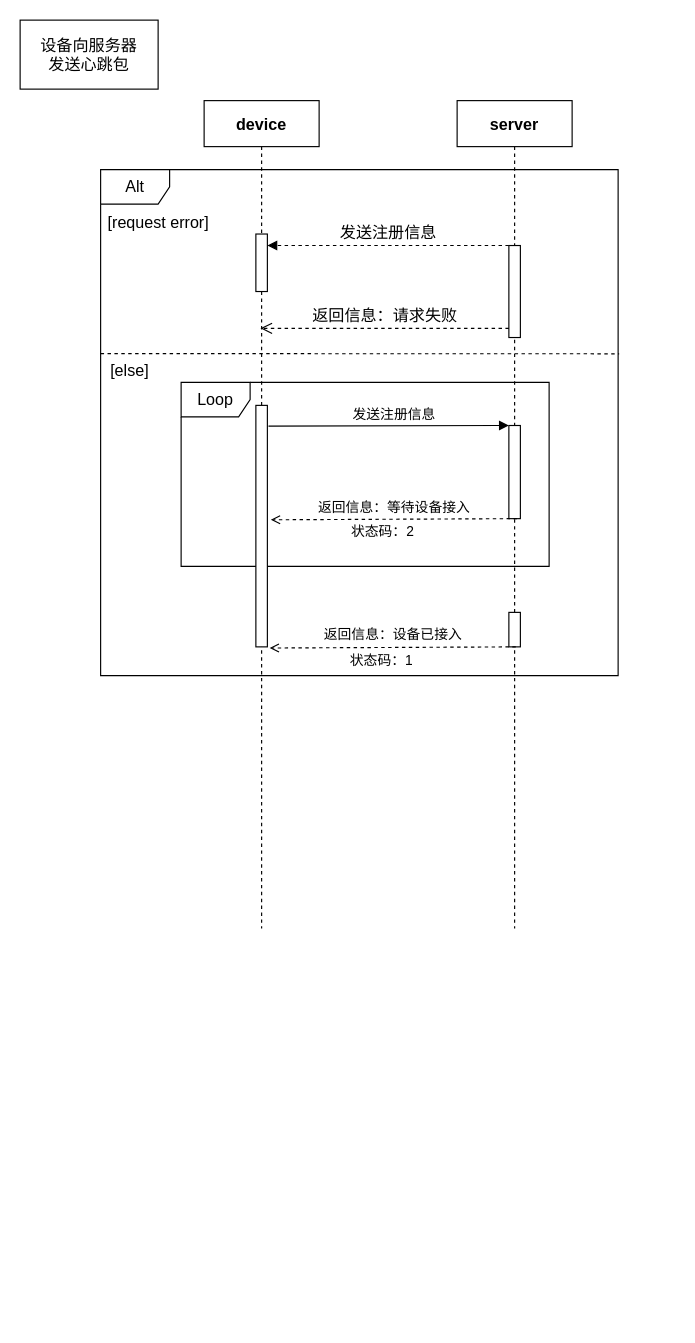
The draw.io diagram HeartBeat.drawio in Ltuzhi/diagrams, before the edit. Source tidied: cells renumbered, new cells numbered last; positions are measured from the earlier drawing's top-left corner, leaving out a move shared by most shapes. Both pictures are drawn from the tidied source at 115%, with x=0, y=0 at pixel (20, 20).
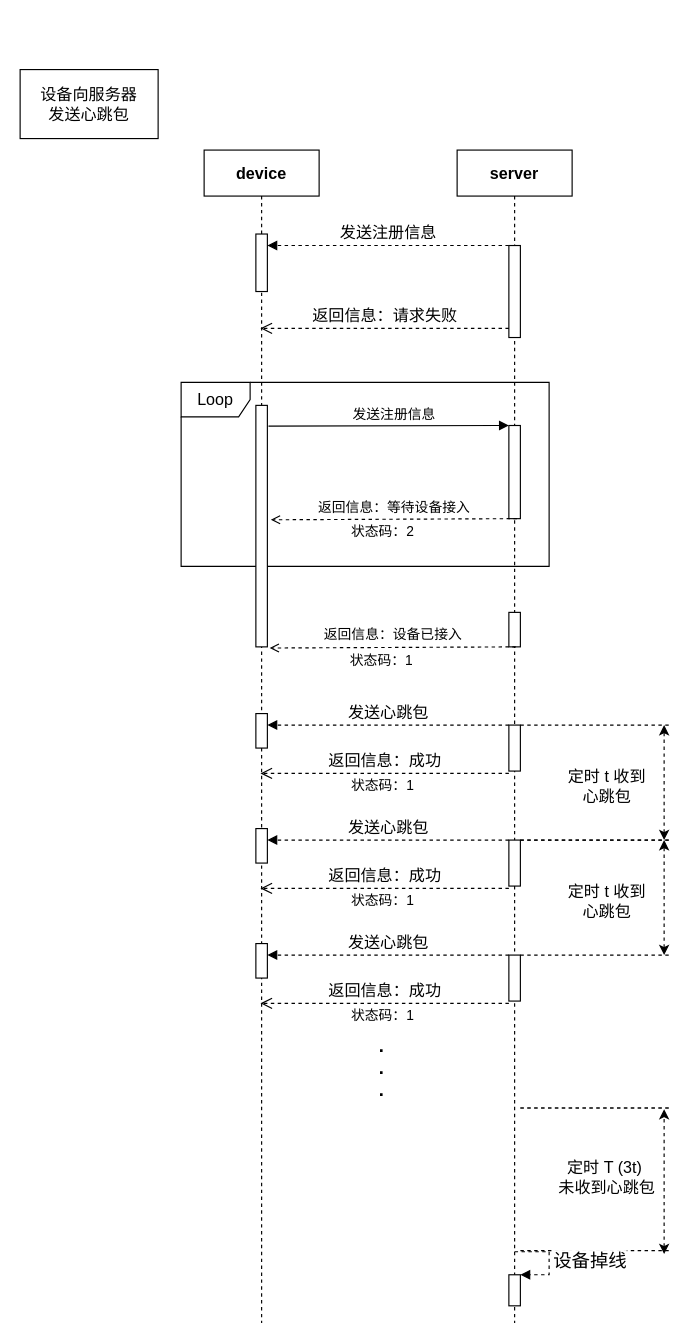
The same diagram, later.

The edit, as a diff of the source:
```diff
@@
-    <mxCell id="2" value="Alt" style="shape=umlFrame;whiteSpace=wrap;html=1;fontSize=14;" parent="1" vertex="1">
-      <mxGeometry x="70" y="130" width="450" height="440" as="geometry" />
-    </mxCell>
@@
     <mxCell id="4" value="device" style="shape=umlLifeline;perimeter=lifelinePerimeter;rounded=0;shadow=0;strokeWidth=1;fontSize=14;fontStyle=1;" parent="1" vertex="1">
-      <mxGeometry x="160" y="70" width="100" height="720" as="geometry" />
+      <mxGeometry x="160" y="113" width="100" height="1020" as="geometry" />
     </mxCell>
     <mxCell id="5" style="perimeter=orthogonalPerimeter;rounded=0;shadow=0;strokeWidth=1;" parent="4" vertex="1">
-      <mxGeometry x="45" y="265" width="10" height="210" as="geometry" />
+      <mxGeometry x="45" y="222" width="10" height="210" as="geometry" />
     </mxCell>
     <mxCell id="6" value="server" style="shape=umlLifeline;perimeter=lifelinePerimeter;rounded=0;shadow=0;strokeWidth=1;fontSize=14;fontStyle=1;" parent="1" vertex="1">
-      <mxGeometry x="380" y="70" width="100" height="720" as="geometry" />
+      <mxGeometry x="380" y="113" width="100" height="1020" as="geometry" />
     </mxCell>
     <mxCell id="7" style="perimeter=orthogonalPerimeter;rounded=0;shadow=0;strokeWidth=1;" parent="6" vertex="1">
-      <mxGeometry x="45" y="282.5" width="10" height="81" as="geometry" />
+      <mxGeometry x="45" y="239.5" width="10" height="81" as="geometry" />
     </mxCell>
@@
     <mxCell id="11" value="设备向服务器&lt;br style=&quot;font-size: 14px;&quot;&gt;发送心跳包" style="rounded=0;whiteSpace=wrap;html=1;fontSize=14;" parent="1" vertex="1">
-      <mxGeometry width="120" height="60" as="geometry" />
+      <mxGeometry y="43" width="120" height="60" as="geometry" />
     </mxCell>
@@
-    <mxCell id="22" style="endArrow=none;dashed=1;html=1;fontSize=14;entryX=1.002;entryY=0.364;entryDx=0;entryDy=0;entryPerimeter=0;" parent="1" edge="1" target="2">
-      <mxGeometry relative="1" as="geometry">
-        <mxPoint x="70" y="290" as="sourcePoint" />
-      </mxGeometry>
-    </mxCell>
-    <mxCell id="23" value="[request error]" style="text;html=1;align=center;verticalAlign=middle;strokeColor=none;fontSize=14;" parent="1" vertex="1">
-      <mxGeometry x="70" y="166" width="100" height="20" as="geometry" />
-    </mxCell>
-    <mxCell id="24" value="[else]" style="text;html=1;align=center;verticalAlign=middle;strokeColor=none;fontSize=14;" parent="1" vertex="1">
-      <mxGeometry x="70" y="295" width="50" height="20" as="geometry" />
-    </mxCell>
+    <mxCell id="25" style="html=1;points=[];perimeter=orthogonalPerimeter;fontSize=14;" parent="1" vertex="1">
+      <mxGeometry x="205" y="603" width="10" height="30" as="geometry" />
+    </mxCell>
+    <mxCell id="26" style="html=1;points=[];perimeter=orthogonalPerimeter;fontSize=14;" parent="1" vertex="1">
+      <mxGeometry x="425" y="613" width="10" height="40" as="geometry" />
+    </mxCell>
+    <mxCell id="27" value="发送心跳包" style="html=1;verticalAlign=bottom;endArrow=block;dashed=1;fontSize=14;exitX=0;exitY=0;exitDx=0;exitDy=0;" parent="1" edge="1" source="26" target="25">
+      <mxGeometry relative="1" as="geometry" />
+    </mxCell>
+    <mxCell id="28" value="返回信息：成功" style="html=1;verticalAlign=bottom;endArrow=open;dashed=1;endSize=8;exitX=0;exitY=0.95;fontSize=14;entryX=0.49;entryY=0.27;entryDx=0;entryDy=0;entryPerimeter=0;" parent="1" edge="1">
+      <mxGeometry relative="1" as="geometry">
+        <mxPoint x="425" y="655" as="sourcePoint" />
+        <mxPoint x="209" y="655" as="targetPoint" />
+      </mxGeometry>
+    </mxCell>
+    <mxCell id="29" value="状态码：1" style="text;html=1;align=center;verticalAlign=middle;strokeColor=none;" parent="1" vertex="1">
+      <mxGeometry x="280" y="656" width="70" height="20" as="geometry" />
+    </mxCell>
+    <mxCell id="30" style="html=1;points=[];perimeter=orthogonalPerimeter;fontSize=14;" parent="1" vertex="1">
+      <mxGeometry x="205" y="703" width="10" height="30" as="geometry" />
+    </mxCell>
+    <mxCell id="31" style="html=1;points=[];perimeter=orthogonalPerimeter;fontSize=14;" parent="1" vertex="1">
+      <mxGeometry x="425" y="713" width="10" height="40" as="geometry" />
+    </mxCell>
+    <mxCell id="32" value="发送心跳包" style="html=1;verticalAlign=bottom;endArrow=block;dashed=1;fontSize=14;exitX=0;exitY=0;exitDx=0;exitDy=0;" parent="1" edge="1" source="31" target="30">
+      <mxGeometry relative="1" as="geometry" />
+    </mxCell>
+    <mxCell id="33" value="返回信息：成功" style="html=1;verticalAlign=bottom;endArrow=open;dashed=1;endSize=8;exitX=0;exitY=0.95;fontSize=14;entryX=0.49;entryY=0.27;entryDx=0;entryDy=0;entryPerimeter=0;" parent="1" edge="1">
+      <mxGeometry relative="1" as="geometry">
+        <mxPoint x="425" y="755" as="sourcePoint" />
+        <mxPoint x="209" y="755" as="targetPoint" />
+      </mxGeometry>
+    </mxCell>
+    <mxCell id="34" value="状态码：1" style="text;html=1;align=center;verticalAlign=middle;strokeColor=none;" parent="1" vertex="1">
+      <mxGeometry x="280" y="756" width="70" height="20" as="geometry" />
+    </mxCell>
+    <mxCell id="35" style="endArrow=none;dashed=1;html=1;fontSize=14;" parent="1" edge="1">
+      <mxGeometry relative="1" as="geometry">
+        <mxPoint x="435" y="613" as="sourcePoint" />
+        <mxPoint x="565" y="613" as="targetPoint" />
+      </mxGeometry>
+    </mxCell>
+    <mxCell id="36" style="endArrow=none;dashed=1;html=1;fontSize=14;" parent="1" edge="1">
+      <mxGeometry relative="1" as="geometry">
+        <mxPoint x="435" y="713" as="sourcePoint" />
+        <mxPoint x="565" y="713" as="targetPoint" />
+      </mxGeometry>
+    </mxCell>
+    <mxCell id="37" style="endArrow=classic;startArrow=classic;html=1;dashed=1;fontSize=14;" parent="1" edge="1">
+      <mxGeometry relative="1" as="geometry">
+        <mxPoint x="560" y="713" as="sourcePoint" />
+        <mxPoint x="560" y="613" as="targetPoint" />
+      </mxGeometry>
+    </mxCell>
+    <mxCell id="38" value="定时 t 收到&lt;br&gt;心跳包" style="text;html=1;align=center;verticalAlign=middle;strokeColor=none;fontSize=14;" parent="1" vertex="1">
+      <mxGeometry x="470" y="646" width="80" height="40" as="geometry" />
+    </mxCell>
+    <mxCell id="39" style="html=1;points=[];perimeter=orthogonalPerimeter;fontSize=14;" parent="1" vertex="1">
+      <mxGeometry x="205" y="803" width="10" height="30" as="geometry" />
+    </mxCell>
+    <mxCell id="40" style="html=1;points=[];perimeter=orthogonalPerimeter;fontSize=14;" parent="1" vertex="1">
+      <mxGeometry x="425" y="813" width="10" height="40" as="geometry" />
+    </mxCell>
+    <mxCell id="41" value="发送心跳包" style="html=1;verticalAlign=bottom;endArrow=block;dashed=1;fontSize=14;exitX=0;exitY=0;exitDx=0;exitDy=0;" parent="1" edge="1" source="40" target="39">
+      <mxGeometry relative="1" as="geometry" />
+    </mxCell>
+    <mxCell id="42" value="返回信息：成功" style="html=1;verticalAlign=bottom;endArrow=open;dashed=1;endSize=8;exitX=0;exitY=0.95;fontSize=14;entryX=0.49;entryY=0.27;entryDx=0;entryDy=0;entryPerimeter=0;" parent="1" edge="1">
+      <mxGeometry relative="1" as="geometry">
+        <mxPoint x="425" y="855" as="sourcePoint" />
+        <mxPoint x="209" y="855" as="targetPoint" />
+      </mxGeometry>
+    </mxCell>
+    <mxCell id="43" value="状态码：1" style="text;html=1;align=center;verticalAlign=middle;strokeColor=none;" parent="1" vertex="1">
+      <mxGeometry x="280" y="856" width="70" height="20" as="geometry" />
+    </mxCell>
+    <mxCell id="44" style="endArrow=none;dashed=1;html=1;fontSize=14;" parent="1" edge="1">
+      <mxGeometry relative="1" as="geometry">
+        <mxPoint x="435" y="713" as="sourcePoint" />
+        <mxPoint x="565" y="713" as="targetPoint" />
+      </mxGeometry>
+    </mxCell>
+    <mxCell id="45" style="endArrow=none;dashed=1;html=1;fontSize=14;" parent="1" edge="1">
+      <mxGeometry relative="1" as="geometry">
+        <mxPoint x="435" y="813" as="sourcePoint" />
+        <mxPoint x="565" y="813" as="targetPoint" />
+      </mxGeometry>
+    </mxCell>
+    <mxCell id="46" style="endArrow=classic;startArrow=classic;html=1;dashed=1;fontSize=14;" parent="1" edge="1">
+      <mxGeometry relative="1" as="geometry">
+        <mxPoint x="560" y="813" as="sourcePoint" />
+        <mxPoint x="560" y="713" as="targetPoint" />
+      </mxGeometry>
+    </mxCell>
+    <mxCell id="47" value="定时 t 收到&lt;br&gt;心跳包" style="text;html=1;align=center;verticalAlign=middle;strokeColor=none;fontSize=14;" parent="1" vertex="1">
+      <mxGeometry x="470" y="746" width="80" height="40" as="geometry" />
+    </mxCell>
+    <mxCell id="48" value=".&lt;br style=&quot;font-size: 16px;&quot;&gt;.&lt;br style=&quot;font-size: 16px;&quot;&gt;." style="text;html=1;align=center;verticalAlign=middle;strokeColor=none;fontSize=16;fontStyle=1;spacing=2;" parent="1" vertex="1">
+      <mxGeometry x="304" y="876" width="20" height="70" as="geometry" />
+    </mxCell>
+    <mxCell id="49" style="endArrow=none;dashed=1;html=1;fontSize=14;" parent="1" edge="1">
+      <mxGeometry relative="1" as="geometry">
+        <mxPoint x="435" y="946" as="sourcePoint" />
+        <mxPoint x="565" y="946" as="targetPoint" />
+      </mxGeometry>
+    </mxCell>
+    <mxCell id="50" style="endArrow=none;dashed=1;html=1;fontSize=14;" parent="1" edge="1">
+      <mxGeometry relative="1" as="geometry">
+        <mxPoint x="435" y="946" as="sourcePoint" />
+        <mxPoint x="565" y="946" as="targetPoint" />
+      </mxGeometry>
+    </mxCell>
+    <mxCell id="51" style="endArrow=none;dashed=1;html=1;fontSize=14;" parent="1" edge="1">
+      <mxGeometry relative="1" as="geometry">
+        <mxPoint x="435" y="1070" as="sourcePoint" />
+        <mxPoint x="565" y="1070" as="targetPoint" />
+      </mxGeometry>
+    </mxCell>
+    <mxCell id="52" style="endArrow=classic;startArrow=classic;html=1;dashed=1;fontSize=14;" parent="1" edge="1">
+      <mxGeometry relative="1" as="geometry">
+        <mxPoint x="560" y="1073" as="sourcePoint" />
+        <mxPoint x="560" y="947" as="targetPoint" />
+      </mxGeometry>
+    </mxCell>
+    <mxCell id="53" value="定时 T (3t)&amp;nbsp;&lt;br&gt;未收到心跳包" style="text;html=1;align=center;verticalAlign=middle;strokeColor=none;fontSize=14;" parent="1" vertex="1">
+      <mxGeometry x="460" y="986" width="100" height="40" as="geometry" />
+    </mxCell>
+    <mxCell id="54" style="html=1;points=[];perimeter=orthogonalPerimeter;fontSize=16;" parent="1" vertex="1">
+      <mxGeometry x="425" y="1091" width="10" height="27" as="geometry" />
+    </mxCell>
+    <mxCell id="55" value="设备掉线" style="edgeStyle=orthogonalEdgeStyle;html=1;align=left;spacingLeft=2;endArrow=block;rounded=0;entryX=1;entryY=0;dashed=1;fontSize=16;" parent="1" edge="1" target="54">
+      <mxGeometry relative="1" as="geometry">
+        <mxPoint x="430" y="1071" as="sourcePoint" />
+        <Array as="points">
+          <mxPoint x="460" y="1071" />
+        </Array>
+      </mxGeometry>
+    </mxCell>
```
